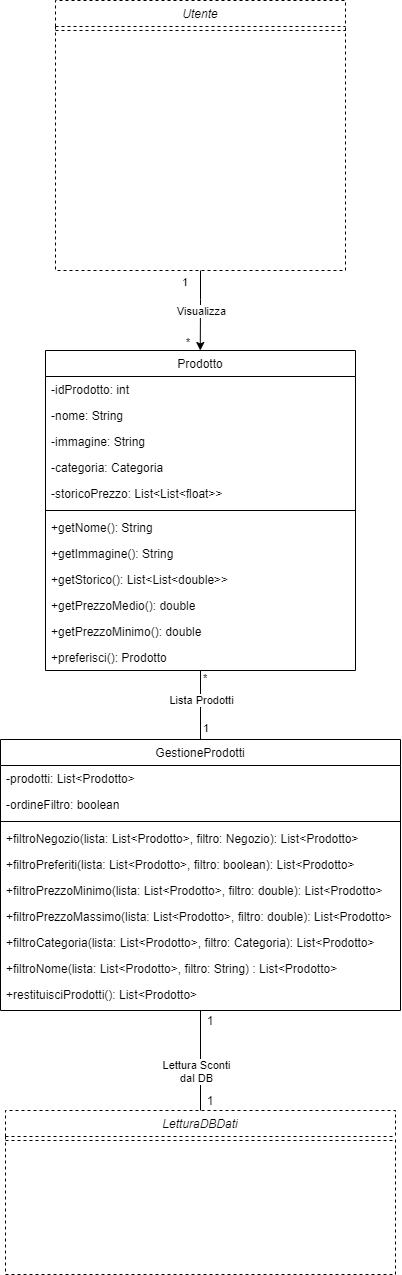
Earlier version of the draw.io export UML/DiagrammaClassiProdotti.png (G15-UniTN/iSpesa). Source tidied: cells renumbered, new cells last; positions are measured from the earlier drawing's top-left corner, leaving out a move shared by most shapes.
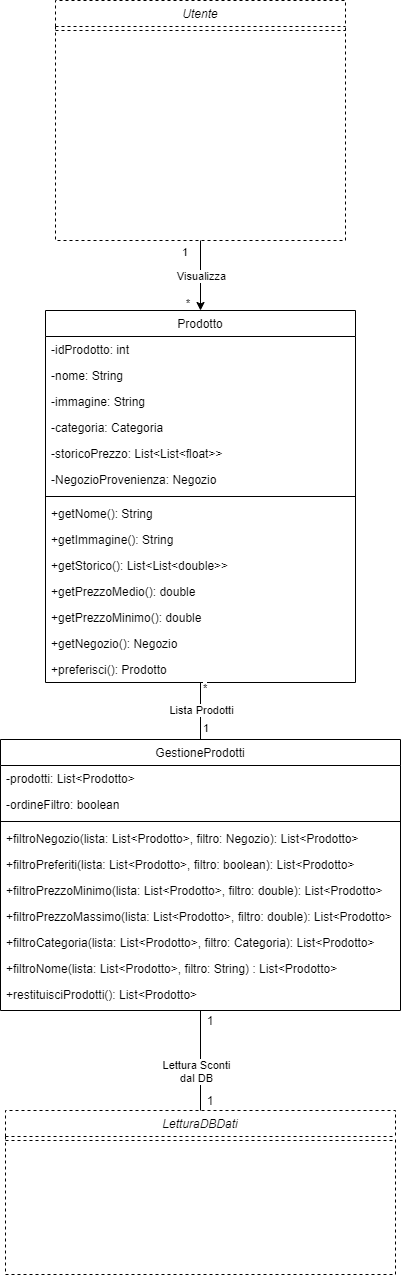
The same file after the commit.

The edit, as a diff of the source:
```diff
@@ -3,7 +3,7 @@
     <mxCell id="0" />
     <mxCell id="1" parent="0" />
     <mxCell id="2" value="Prodotto" style="swimlane;fontStyle=0;align=center;verticalAlign=top;horizontal=1;startSize=26;rounded=0;shadow=0;strokeWidth=1;" parent="1" vertex="1">
-      <mxGeometry x="45" y="350" width="310" height="320" as="geometry" />
+      <mxGeometry x="45" y="310" width="310" height="372" as="geometry" />
     </mxCell>
     <mxCell id="3" value="-idProdotto: int" style="text;align=left;verticalAlign=top;spacingLeft=4;spacingRight=4;overflow=hidden;" parent="2" vertex="1">
       <mxGeometry y="26" width="310" height="26" as="geometry" />
@@ -20,26 +20,32 @@
     <mxCell id="7" value="-storicoPrezzo: List&lt;List&lt;float&gt;&gt;" style="text;align=left;verticalAlign=top;spacingLeft=4;spacingRight=4;overflow=hidden;" parent="2" vertex="1">
       <mxGeometry y="130" width="310" height="26" as="geometry" />
     </mxCell>
+    <mxCell id="42" value="-NegozioProvenienza: Negozio" style="text;align=left;verticalAlign=top;spacingLeft=4;spacingRight=4;overflow=hidden;" parent="2" vertex="1">
+      <mxGeometry y="156" width="310" height="26" as="geometry" />
+    </mxCell>
     <mxCell id="8" style="line;html=1;strokeWidth=1;align=left;verticalAlign=middle;spacingTop=-1;spacingLeft=3;spacingRight=3;labelPosition=right;" parent="2" vertex="1">
-      <mxGeometry y="156" width="310" height="8" as="geometry" />
+      <mxGeometry y="182" width="310" height="8" as="geometry" />
     </mxCell>
     <mxCell id="9" value="+getNome(): String" style="text;align=left;verticalAlign=top;spacingLeft=4;spacingRight=4;overflow=hidden;" parent="2" vertex="1">
-      <mxGeometry y="164" width="310" height="26" as="geometry" />
+      <mxGeometry y="190" width="310" height="26" as="geometry" />
     </mxCell>
     <mxCell id="10" value="+getImmagine(): String" style="text;align=left;verticalAlign=top;spacingLeft=4;spacingRight=4;overflow=hidden;" parent="2" vertex="1">
-      <mxGeometry y="190" width="310" height="26" as="geometry" />
+      <mxGeometry y="216" width="310" height="26" as="geometry" />
     </mxCell>
     <mxCell id="11" value="+getStorico(): List&lt;List&lt;double&gt;&gt;" style="text;align=left;verticalAlign=top;spacingLeft=4;spacingRight=4;overflow=hidden;" parent="2" vertex="1">
-      <mxGeometry y="216" width="310" height="26" as="geometry" />
+      <mxGeometry y="242" width="310" height="26" as="geometry" />
     </mxCell>
     <mxCell id="12" value="+getPrezzoMedio(): double" style="text;align=left;verticalAlign=top;spacingLeft=4;spacingRight=4;overflow=hidden;" parent="2" vertex="1">
-      <mxGeometry y="242" width="310" height="26" as="geometry" />
+      <mxGeometry y="268" width="310" height="26" as="geometry" />
     </mxCell>
     <mxCell id="13" value="+getPrezzoMinimo(): double" style="text;align=left;verticalAlign=top;spacingLeft=4;spacingRight=4;overflow=hidden;" parent="2" vertex="1">
-      <mxGeometry y="268" width="310" height="26" as="geometry" />
+      <mxGeometry y="294" width="310" height="26" as="geometry" />
     </mxCell>
+    <mxCell id="43" value="+getNegozio(): Negozio" style="text;align=left;verticalAlign=top;spacingLeft=4;spacingRight=4;overflow=hidden;" parent="2" vertex="1">
+      <mxGeometry y="320" width="310" height="26" as="geometry" />
+    </mxCell>
     <mxCell id="14" value="+preferisci(): Prodotto" style="text;align=left;verticalAlign=top;spacingLeft=4;spacingRight=4;overflow=hidden;" parent="2" vertex="1">
-      <mxGeometry y="294" width="310" height="26" as="geometry" />
+      <mxGeometry y="346" width="310" height="26" as="geometry" />
     </mxCell>
     <mxCell id="15" style="edgeStyle=orthogonalEdgeStyle;rounded=0;jettySize=auto;html=1;exitX=0.5;exitY=0;exitDx=0;exitDy=0;entryX=0.5;entryY=1;entryDx=0;entryDy=0;endArrow=none;endFill=0;startArrow=none;startFill=0;" parent="1" edge="1" source="16" target="2">
       <mxGeometry relative="1" as="geometry" />
@@ -78,7 +84,7 @@
       <mxGeometry y="242" width="400" height="26" as="geometry" />
     </mxCell>
     <mxCell id="27" value="Utente" style="swimlane;fontStyle=2;align=center;verticalAlign=top;horizontal=1;startSize=26;rounded=0;shadow=0;strokeWidth=1;dashed=1;" parent="1" vertex="1">
-      <mxGeometry x="55" width="290" height="270" as="geometry" />
+      <mxGeometry x="55" width="290" height="240" as="geometry" />
     </mxCell>
     <mxCell id="28" style="line;html=1;strokeWidth=1;align=left;verticalAlign=middle;spacingTop=-1;spacingLeft=3;spacingRight=3;labelPosition=right;dashed=1;" parent="27" vertex="1">
       <mxGeometry y="26" width="290" height="8" as="geometry" />
@@ -90,12 +96,12 @@
       <mxGeometry y="26" width="390" height="8" as="geometry" />
     </mxCell>
     <mxCell id="31" value="Lista Prodotti" style="edgeLabel;html=1;align=center;verticalAlign=middle;" parent="1" vertex="1">
-      <mxGeometry x="190" y="700" as="geometry">
+      <mxGeometry x="190" y="710" as="geometry">
         <mxPoint x="10" y="-1" as="offset" />
       </mxGeometry>
     </mxCell>
     <mxCell id="32" value="*" style="edgeLabel;html=1;align=left;verticalAlign=bottom;" parent="1" vertex="1">
-      <mxGeometry x="450" y="560" as="geometry">
+      <mxGeometry x="450" y="570" as="geometry">
         <mxPoint x="-249" y="126" as="offset" />
       </mxGeometry>
     </mxCell>
@@ -115,14 +121,9 @@
     <mxCell id="36" value="1" style="text;html=1;strokeColor=none;fillColor=none;align=center;verticalAlign=middle;whiteSpace=wrap;rounded=0;" parent="1" vertex="1">
       <mxGeometry x="190" y="1090" width="40" height="20" as="geometry" />
     </mxCell>
-    <mxCell id="37" style="endArrow=classic;html=1;entryX=0.5;entryY=0;entryDx=0;entryDy=0;edgeStyle=orthogonalEdgeStyle;rounded=0;" parent="1" edge="1">
+    <mxCell id="37" style="endArrow=classic;html=1;edgeStyle=orthogonalEdgeStyle;rounded=0;exitX=0.5;exitY=1;exitDx=0;exitDy=0;" parent="1" edge="1" source="27">
       <mxGeometry relative="1" as="geometry">
-        <mxPoint x="200" y="270" as="sourcePoint" />
-        <mxPoint x="199.8" y="350" as="targetPoint" />
-        <Array as="points">
-          <mxPoint x="199.8" y="299" />
-          <mxPoint x="199.8" y="299" />
-        </Array>
+        <mxPoint x="200" y="310" as="targetPoint" />
       </mxGeometry>
     </mxCell>
     <mxCell id="38" value="Visualizza" style="edgeLabel;html=1;align=center;verticalAlign=middle;" parent="37" vertex="1">
```
